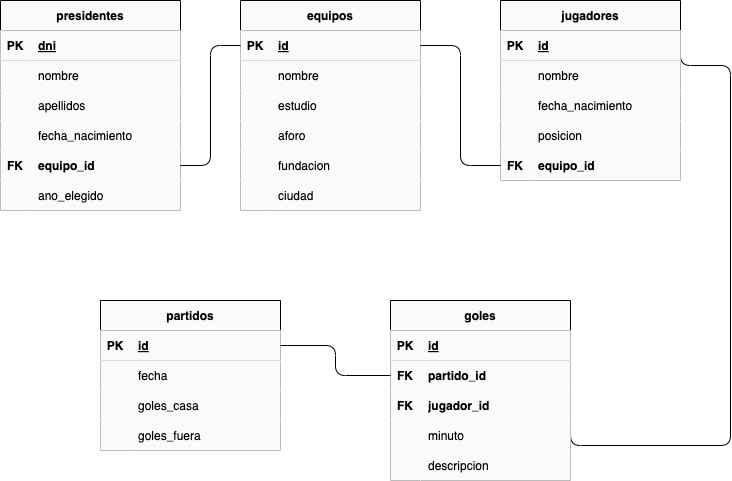
Earlier version of the draw.io export tareas/tarea-5/images/ejercicio.drawio.png (deylansystem/actividadesBAE). Source tidied: cells renumbered, new cells last; positions are measured from the earlier drawing's top-left corner, leaving out a move shared by most shapes.
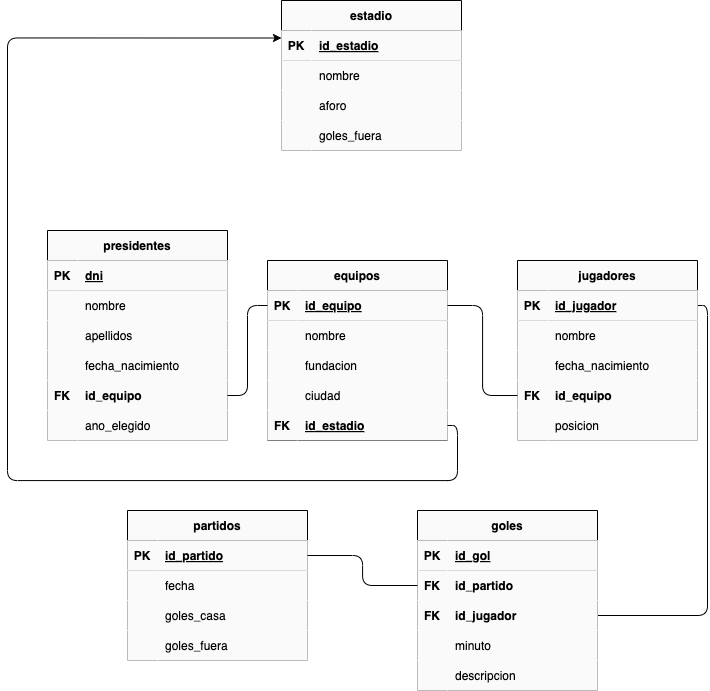
The same file after the commit.

Commit message:
se crea tarea

What changed in the source:
```diff
@@ -3,7 +3,7 @@
     <mxCell id="0" />
     <mxCell id="1" parent="0" />
     <mxCell id="2" value="presidentes" style="shape=table;startSize=30;rowLines=0;fontStyle=1;align=center;fillColor=#fafafa;" parent="1" vertex="1">
-      <mxGeometry width="180" height="210" as="geometry" />
+      <mxGeometry x="30" y="130" width="180" height="210" as="geometry" />
     </mxCell>
     <mxCell id="3" style="shape=tableRow;horizontal=0;startSize=0;swimlaneHead=0;swimlaneBody=0;fillColor=#fafafa;top=0;left=0;right=0;bottom=1;" parent="2" vertex="1">
       <mxGeometry y="30" width="180" height="30" as="geometry" />
@@ -47,7 +47,7 @@
     <mxCell id="16" value="FK" style="shape=partialRectangle;fillColor=#fafafa;top=0;left=0;bottom=0;right=0;overflow=hidden;fontStyle=1;" parent="15" vertex="1">
       <mxGeometry width="30" height="30" as="geometry" />
     </mxCell>
-    <mxCell id="17" value="equipo_id" style="shape=partialRectangle;fillColor=#fafafa;top=0;left=0;bottom=0;right=0;align=left;spacingLeft=6;overflow=hidden;fontStyle=1;" parent="15" vertex="1">
+    <mxCell id="17" value="id_equipo" style="shape=partialRectangle;fillColor=#fafafa;top=0;left=0;bottom=0;right=0;align=left;spacingLeft=6;overflow=hidden;fontStyle=1;" parent="15" vertex="1">
       <mxGeometry x="30" width="150" height="30" as="geometry" />
     </mxCell>
     <mxCell id="18" style="shape=tableRow;horizontal=0;startSize=0;swimlaneHead=0;swimlaneBody=0;fillColor=#fafafa;top=0;left=0;right=0;bottom=0;" parent="2" vertex="1">
@@ -60,7 +60,7 @@
       <mxGeometry x="30" width="150" height="30" as="geometry" />
     </mxCell>
     <mxCell id="21" value="equipos" style="shape=table;startSize=30;rowLines=0;fontStyle=1;align=center;fillColor=#fafafa;" parent="1" vertex="1">
-      <mxGeometry x="240" width="180" height="210" as="geometry" />
+      <mxGeometry x="250" y="160" width="180" height="180" as="geometry" />
     </mxCell>
     <mxCell id="22" style="shape=tableRow;horizontal=0;startSize=0;swimlaneHead=0;swimlaneBody=0;fillColor=#fafafa;points=[[0,0.5],[1,0.5]];portConstraint=eastwest;top=0;left=0;right=0;bottom=1;" parent="21" vertex="1">
       <mxGeometry y="30" width="180" height="30" as="geometry" />
@@ -68,7 +68,7 @@
     <mxCell id="23" value="PK" style="shape=partialRectangle;fillColor=#fafafa;top=0;left=0;bottom=0;right=0;fontStyle=1;overflow=hidden;" parent="22" vertex="1">
       <mxGeometry width="30" height="30" as="geometry" />
     </mxCell>
-    <mxCell id="24" value="id" style="shape=partialRectangle;fillColor=#fafafa;top=0;left=0;bottom=0;right=0;align=left;spacingLeft=6;fontStyle=5;overflow=hidden;" parent="22" vertex="1">
+    <mxCell id="24" value="id_equipo" style="shape=partialRectangle;fillColor=#fafafa;top=0;left=0;bottom=0;right=0;align=left;spacingLeft=6;fontStyle=5;overflow=hidden;" parent="22" vertex="1">
       <mxGeometry x="30" width="150" height="30" as="geometry" />
     </mxCell>
     <mxCell id="25" style="shape=tableRow;horizontal=0;startSize=0;swimlaneHead=0;swimlaneBody=0;fillColor=#fafafa;top=0;left=0;right=0;bottom=0;" parent="21" vertex="1">
@@ -80,26 +80,8 @@
     <mxCell id="27" value="nombre" style="shape=partialRectangle;fillColor=#fafafa;top=0;left=0;bottom=0;right=0;align=left;spacingLeft=6;overflow=hidden;" parent="25" vertex="1">
       <mxGeometry x="30" width="150" height="30" as="geometry" />
     </mxCell>
-    <mxCell id="28" style="shape=tableRow;horizontal=0;startSize=0;swimlaneHead=0;swimlaneBody=0;fillColor=#fafafa;top=0;left=0;right=0;bottom=0;" parent="21" vertex="1">
-      <mxGeometry y="90" width="180" height="30" as="geometry" />
-    </mxCell>
-    <mxCell id="29" style="shape=partialRectangle;fillColor=#fafafa;top=0;left=0;bottom=0;right=0;overflow=hidden;" parent="28" vertex="1">
-      <mxGeometry width="30" height="30" as="geometry" />
-    </mxCell>
-    <mxCell id="30" value="estudio" style="shape=partialRectangle;fillColor=#fafafa;top=0;left=0;bottom=0;right=0;align=left;spacingLeft=6;overflow=hidden;" parent="28" vertex="1">
-      <mxGeometry x="30" width="150" height="30" as="geometry" />
-    </mxCell>
-    <mxCell id="31" style="shape=tableRow;horizontal=0;startSize=0;swimlaneHead=0;swimlaneBody=0;fillColor=#fafafa;top=0;left=0;right=0;bottom=0;" parent="21" vertex="1">
-      <mxGeometry y="120" width="180" height="30" as="geometry" />
-    </mxCell>
-    <mxCell id="32" style="shape=partialRectangle;fillColor=#fafafa;top=0;left=0;bottom=0;right=0;overflow=hidden;" parent="31" vertex="1">
-      <mxGeometry width="30" height="30" as="geometry" />
-    </mxCell>
-    <mxCell id="33" value="aforo" style="shape=partialRectangle;fillColor=#fafafa;top=0;left=0;bottom=0;right=0;align=left;spacingLeft=6;overflow=hidden;" parent="31" vertex="1">
-      <mxGeometry x="30" width="150" height="30" as="geometry" />
-    </mxCell>
     <mxCell id="34" style="shape=tableRow;horizontal=0;startSize=0;swimlaneHead=0;swimlaneBody=0;fillColor=#fafafa;top=0;left=0;right=0;bottom=0;" parent="21" vertex="1">
-      <mxGeometry y="150" width="180" height="30" as="geometry" />
+      <mxGeometry y="90" width="180" height="30" as="geometry" />
     </mxCell>
     <mxCell id="35" style="shape=partialRectangle;fillColor=#fafafa;top=0;left=0;bottom=0;right=0;overflow=hidden;" parent="34" vertex="1">
       <mxGeometry width="30" height="30" as="geometry" />
@@ -108,7 +90,7 @@
       <mxGeometry x="30" width="150" height="30" as="geometry" />
     </mxCell>
     <mxCell id="37" style="shape=tableRow;horizontal=0;startSize=0;swimlaneHead=0;swimlaneBody=0;fillColor=#fafafa;top=0;left=0;right=0;bottom=0;" parent="21" vertex="1">
-      <mxGeometry y="180" width="180" height="30" as="geometry" />
+      <mxGeometry y="120" width="180" height="30" as="geometry" />
     </mxCell>
     <mxCell id="38" style="shape=partialRectangle;fillColor=#fafafa;top=0;left=0;bottom=0;right=0;overflow=hidden;" parent="37" vertex="1">
       <mxGeometry width="30" height="30" as="geometry" />
@@ -116,16 +98,20 @@
     <mxCell id="39" value="ciudad" style="shape=partialRectangle;fillColor=#fafafa;top=0;left=0;bottom=0;right=0;align=left;spacingLeft=6;overflow=hidden;" parent="37" vertex="1">
       <mxGeometry x="30" width="150" height="30" as="geometry" />
     </mxCell>
+    <mxCell id="89" style="shape=tableRow;horizontal=0;startSize=0;swimlaneHead=0;swimlaneBody=0;fillColor=#fafafa;points=[[0,0.5],[1,0.5]];portConstraint=eastwest;top=0;left=0;right=0;bottom=1;" parent="21" vertex="1">
+      <mxGeometry y="150" width="180" height="30" as="geometry" />
+    </mxCell>
+    <mxCell id="90" value="FK" style="shape=partialRectangle;fillColor=#fafafa;top=0;left=0;bottom=0;right=0;fontStyle=1;overflow=hidden;" parent="89" vertex="1">
+      <mxGeometry width="30" height="30" as="geometry" />
+    </mxCell>
+    <mxCell id="91" value="id_estadio" style="shape=partialRectangle;fillColor=#fafafa;top=0;left=0;bottom=0;right=0;align=left;spacingLeft=6;fontStyle=5;overflow=hidden;" parent="89" vertex="1">
+      <mxGeometry x="30" width="150" height="30" as="geometry" />
+    </mxCell>
     <mxCell id="40" style="edgeStyle=orthogonalEdgeStyle;html=1;exitX=1;exitY=0.25;exitDx=0;exitDy=0;entryX=1;entryY=0.5;entryDx=0;entryDy=0;endArrow=none;endFill=0;" parent="1" edge="1" source="41" target="77">
-      <mxGeometry relative="1" as="geometry">
-        <Array as="points">
-          <mxPoint x="730" y="65" />
-          <mxPoint x="730" y="445" />
-        </Array>
-      </mxGeometry>
+      <mxGeometry relative="1" as="geometry" />
     </mxCell>
     <mxCell id="41" value="jugadores" style="shape=table;startSize=30;rowLines=0;fontStyle=1;align=center;fillColor=#fafafa;" parent="1" vertex="1">
-      <mxGeometry x="500" width="180" height="180" as="geometry" />
+      <mxGeometry x="500" y="160" width="180" height="180" as="geometry" />
     </mxCell>
     <mxCell id="42" style="shape=tableRow;horizontal=0;startSize=0;swimlaneHead=0;swimlaneBody=0;fillColor=#fafafa;top=0;left=0;right=0;bottom=1;" parent="41" vertex="1">
       <mxGeometry y="30" width="180" height="30" as="geometry" />
@@ -133,7 +119,7 @@
     <mxCell id="43" value="PK" style="shape=partialRectangle;fillColor=#fafafa;top=0;left=0;bottom=0;right=0;fontStyle=1;overflow=hidden;" parent="42" vertex="1">
       <mxGeometry width="30" height="30" as="geometry" />
     </mxCell>
-    <mxCell id="44" value="id" style="shape=partialRectangle;fillColor=#fafafa;top=0;left=0;bottom=0;right=0;align=left;spacingLeft=6;fontStyle=5;overflow=hidden;" parent="42" vertex="1">
+    <mxCell id="44" value="id_jugador" style="shape=partialRectangle;fillColor=#fafafa;top=0;left=0;bottom=0;right=0;align=left;spacingLeft=6;fontStyle=5;overflow=hidden;" parent="42" vertex="1">
       <mxGeometry x="30" width="150" height="30" as="geometry" />
     </mxCell>
     <mxCell id="45" style="shape=tableRow;horizontal=0;startSize=0;swimlaneHead=0;swimlaneBody=0;fillColor=#fafafa;top=0;left=0;right=0;bottom=0;" parent="41" vertex="1">
@@ -154,8 +140,17 @@
     <mxCell id="50" value="fecha_nacimiento" style="shape=partialRectangle;fillColor=#fafafa;top=0;left=0;bottom=0;right=0;align=left;spacingLeft=6;overflow=hidden;" parent="48" vertex="1">
       <mxGeometry x="30" width="150" height="30" as="geometry" />
     </mxCell>
+    <mxCell id="54" style="shape=tableRow;horizontal=0;startSize=0;swimlaneHead=0;swimlaneBody=0;fillColor=#fafafa;points=[[0,0.5],[1,0.5]];portConstraint=eastwest;top=0;left=0;right=0;bottom=0;" parent="41" vertex="1">
+      <mxGeometry y="120" width="180" height="30" as="geometry" />
+    </mxCell>
+    <mxCell id="55" value="FK" style="shape=partialRectangle;fillColor=#fafafa;top=0;left=0;bottom=0;right=0;overflow=hidden;fontStyle=1;" parent="54" vertex="1">
+      <mxGeometry width="30" height="30" as="geometry" />
+    </mxCell>
+    <mxCell id="56" value="id_equipo" style="shape=partialRectangle;fillColor=#fafafa;top=0;left=0;bottom=0;right=0;align=left;spacingLeft=6;overflow=hidden;fontStyle=1;" parent="54" vertex="1">
+      <mxGeometry x="30" width="150" height="30" as="geometry" />
+    </mxCell>
     <mxCell id="51" style="shape=tableRow;horizontal=0;startSize=0;swimlaneHead=0;swimlaneBody=0;fillColor=#fafafa;top=0;left=0;right=0;bottom=0;" parent="41" vertex="1">
-      <mxGeometry y="120" width="180" height="30" as="geometry" />
+      <mxGeometry y="150" width="180" height="30" as="geometry" />
     </mxCell>
     <mxCell id="52" style="shape=partialRectangle;fillColor=#fafafa;top=0;left=0;bottom=0;right=0;overflow=hidden;" parent="51" vertex="1">
       <mxGeometry width="30" height="30" as="geometry" />
@@ -163,17 +158,8 @@
     <mxCell id="53" value="posicion" style="shape=partialRectangle;fillColor=#fafafa;top=0;left=0;bottom=0;right=0;align=left;spacingLeft=6;overflow=hidden;" parent="51" vertex="1">
       <mxGeometry x="30" width="150" height="30" as="geometry" />
     </mxCell>
-    <mxCell id="54" style="shape=tableRow;horizontal=0;startSize=0;swimlaneHead=0;swimlaneBody=0;fillColor=#fafafa;points=[[0,0.5],[1,0.5]];portConstraint=eastwest;top=0;left=0;right=0;bottom=0;" parent="41" vertex="1">
-      <mxGeometry y="150" width="180" height="30" as="geometry" />
-    </mxCell>
-    <mxCell id="55" value="FK" style="shape=partialRectangle;fillColor=#fafafa;top=0;left=0;bottom=0;right=0;overflow=hidden;fontStyle=1;" parent="54" vertex="1">
-      <mxGeometry width="30" height="30" as="geometry" />
-    </mxCell>
-    <mxCell id="56" value="equipo_id" style="shape=partialRectangle;fillColor=#fafafa;top=0;left=0;bottom=0;right=0;align=left;spacingLeft=6;overflow=hidden;fontStyle=1;" parent="54" vertex="1">
-      <mxGeometry x="30" width="150" height="30" as="geometry" />
-    </mxCell>
     <mxCell id="57" value="partidos" style="shape=table;startSize=30;rowLines=0;fontStyle=1;align=center;fillColor=#fafafa;" parent="1" vertex="1">
-      <mxGeometry x="100" y="300" width="180" height="150" as="geometry" />
+      <mxGeometry x="110" y="410" width="180" height="150" as="geometry" />
     </mxCell>
     <mxCell id="58" style="shape=tableRow;horizontal=0;startSize=0;swimlaneHead=0;swimlaneBody=0;fillColor=#fafafa;points=[[0,0.5],[1,0.5]];portConstraint=eastwest;top=0;left=0;right=0;bottom=1;" parent="57" vertex="1">
       <mxGeometry y="30" width="180" height="30" as="geometry" />
@@ -181,7 +167,7 @@
     <mxCell id="59" value="PK" style="shape=partialRectangle;fillColor=#fafafa;top=0;left=0;bottom=0;right=0;fontStyle=1;overflow=hidden;" parent="58" vertex="1">
       <mxGeometry width="30" height="30" as="geometry" />
     </mxCell>
-    <mxCell id="60" value="id" style="shape=partialRectangle;fillColor=#fafafa;top=0;left=0;bottom=0;right=0;align=left;spacingLeft=6;fontStyle=5;overflow=hidden;" parent="58" vertex="1">
+    <mxCell id="60" value="id_partido" style="shape=partialRectangle;fillColor=#fafafa;top=0;left=0;bottom=0;right=0;align=left;spacingLeft=6;fontStyle=5;overflow=hidden;" parent="58" vertex="1">
       <mxGeometry x="30" width="150" height="30" as="geometry" />
     </mxCell>
     <mxCell id="61" style="shape=tableRow;horizontal=0;startSize=0;swimlaneHead=0;swimlaneBody=0;fillColor=#fafafa;top=0;left=0;right=0;bottom=0;" parent="57" vertex="1">
@@ -212,7 +198,7 @@
       <mxGeometry x="30" width="150" height="30" as="geometry" />
     </mxCell>
     <mxCell id="70" value="goles" style="shape=table;startSize=30;rowLines=0;fontStyle=1;align=center;fillColor=#fafafa;" parent="1" vertex="1">
-      <mxGeometry x="390" y="300" width="180" height="180" as="geometry" />
+      <mxGeometry x="400" y="410" width="180" height="180" as="geometry" />
     </mxCell>
     <mxCell id="71" style="shape=tableRow;horizontal=0;startSize=0;swimlaneHead=0;swimlaneBody=0;fillColor=#fafafa;top=0;left=0;right=0;bottom=1;" parent="70" vertex="1">
       <mxGeometry y="30" width="180" height="30" as="geometry" />
@@ -220,7 +206,7 @@
     <mxCell id="72" value="PK" style="shape=partialRectangle;fillColor=#fafafa;top=0;left=0;bottom=0;right=0;fontStyle=1;overflow=hidden;" parent="71" vertex="1">
       <mxGeometry width="30" height="30" as="geometry" />
     </mxCell>
-    <mxCell id="73" value="id" style="shape=partialRectangle;fillColor=#fafafa;top=0;left=0;bottom=0;right=0;align=left;spacingLeft=6;fontStyle=5;overflow=hidden;" parent="71" vertex="1">
+    <mxCell id="73" value="id_gol" style="shape=partialRectangle;fillColor=#fafafa;top=0;left=0;bottom=0;right=0;align=left;spacingLeft=6;fontStyle=5;overflow=hidden;" parent="71" vertex="1">
       <mxGeometry x="30" width="150" height="30" as="geometry" />
     </mxCell>
     <mxCell id="74" style="shape=tableRow;horizontal=0;startSize=0;swimlaneHead=0;swimlaneBody=0;fillColor=#fafafa;points=[[0,0.5],[1,0.5]];portConstraint=eastwest;top=0;left=0;right=0;bottom=0;" parent="70" vertex="1">
@@ -229,7 +215,7 @@
     <mxCell id="75" value="FK" style="shape=partialRectangle;fillColor=#fafafa;top=0;left=0;bottom=0;right=0;overflow=hidden;fontStyle=1;" parent="74" vertex="1">
       <mxGeometry width="30" height="30" as="geometry" />
     </mxCell>
-    <mxCell id="76" value="partido_id" style="shape=partialRectangle;fillColor=#fafafa;top=0;left=0;bottom=0;right=0;align=left;spacingLeft=6;overflow=hidden;fontStyle=1;" parent="74" vertex="1">
+    <mxCell id="76" value="id_partido" style="shape=partialRectangle;fillColor=#fafafa;top=0;left=0;bottom=0;right=0;align=left;spacingLeft=6;overflow=hidden;fontStyle=1;" parent="74" vertex="1">
       <mxGeometry x="30" width="150" height="30" as="geometry" />
     </mxCell>
     <mxCell id="77" style="shape=tableRow;horizontal=0;startSize=0;swimlaneHead=0;swimlaneBody=0;fillColor=#fafafa;points=[[0,0.5],[1,0.5]];portConstraint=eastwest;top=0;left=0;right=0;bottom=0;" parent="70" vertex="1">
@@ -238,7 +224,7 @@
     <mxCell id="78" value="FK" style="shape=partialRectangle;fillColor=#fafafa;top=0;left=0;bottom=0;right=0;overflow=hidden;fontStyle=1;" parent="77" vertex="1">
       <mxGeometry width="30" height="30" as="geometry" />
     </mxCell>
-    <mxCell id="79" value="jugador_id" style="shape=partialRectangle;fillColor=#fafafa;top=0;left=0;bottom=0;right=0;align=left;spacingLeft=6;overflow=hidden;fontStyle=1;" parent="77" vertex="1">
+    <mxCell id="79" value="id_jugador" style="shape=partialRectangle;fillColor=#fafafa;top=0;left=0;bottom=0;right=0;align=left;spacingLeft=6;overflow=hidden;fontStyle=1;" parent="77" vertex="1">
       <mxGeometry x="30" width="150" height="30" as="geometry" />
     </mxCell>
     <mxCell id="80" style="shape=tableRow;horizontal=0;startSize=0;swimlaneHead=0;swimlaneBody=0;fillColor=#fafafa;top=0;left=0;right=0;bottom=0;" parent="70" vertex="1">
@@ -268,5 +254,54 @@
     <mxCell id="88" style="edgeStyle=orthogonalEdgeStyle;html=1;exitX=1;exitY=0.5;exitDx=0;exitDy=0;entryX=0;entryY=0.5;entryDx=0;entryDy=0;endArrow=none;endFill=0;" parent="1" edge="1" source="58" target="74">
       <mxGeometry relative="1" as="geometry" />
     </mxCell>
+    <mxCell id="92" value="estadio" style="shape=table;startSize=30;rowLines=0;fontStyle=1;align=center;fillColor=#fafafa;" parent="1" vertex="1">
+      <mxGeometry x="264" y="-100" width="180" height="150" as="geometry" />
+    </mxCell>
+    <mxCell id="93" style="shape=tableRow;horizontal=0;startSize=0;swimlaneHead=0;swimlaneBody=0;fillColor=#fafafa;top=0;left=0;right=0;bottom=1;" parent="92" vertex="1">
+      <mxGeometry y="30" width="180" height="30" as="geometry" />
+    </mxCell>
+    <mxCell id="94" value="PK" style="shape=partialRectangle;fillColor=#fafafa;top=0;left=0;bottom=0;right=0;fontStyle=1;overflow=hidden;" parent="93" vertex="1">
+      <mxGeometry width="30" height="30" as="geometry" />
+    </mxCell>
+    <mxCell id="95" value="id_estadio" style="shape=partialRectangle;fillColor=#fafafa;top=0;left=0;bottom=0;right=0;align=left;spacingLeft=6;fontStyle=5;overflow=hidden;" parent="93" vertex="1">
+      <mxGeometry x="30" width="150" height="30" as="geometry" />
+    </mxCell>
+    <mxCell id="96" style="shape=tableRow;horizontal=0;startSize=0;swimlaneHead=0;swimlaneBody=0;fillColor=#fafafa;top=0;left=0;right=0;bottom=0;" parent="92" vertex="1">
+      <mxGeometry y="60" width="180" height="30" as="geometry" />
+    </mxCell>
+    <mxCell id="97" style="shape=partialRectangle;fillColor=#fafafa;top=0;left=0;bottom=0;right=0;overflow=hidden;" parent="96" vertex="1">
+      <mxGeometry width="30" height="30" as="geometry" />
+    </mxCell>
+    <mxCell id="98" value="nombre" style="shape=partialRectangle;fillColor=#fafafa;top=0;left=0;bottom=0;right=0;align=left;spacingLeft=6;overflow=hidden;" parent="96" vertex="1">
+      <mxGeometry x="30" width="150" height="30" as="geometry" />
+    </mxCell>
+    <mxCell id="28" style="shape=tableRow;horizontal=0;startSize=0;swimlaneHead=0;swimlaneBody=0;fillColor=#fafafa;top=0;left=0;right=0;bottom=0;" parent="92" vertex="1">
+      <mxGeometry y="90" width="180" height="30" as="geometry" />
+    </mxCell>
+    <mxCell id="99" style="shape=partialRectangle;fillColor=#fafafa;top=0;left=0;bottom=0;right=0;overflow=hidden;" parent="28" vertex="1">
+      <mxGeometry width="30" height="30" as="geometry" />
+    </mxCell>
+    <mxCell id="33" value="aforo" style="shape=partialRectangle;fillColor=#fafafa;top=0;left=0;bottom=0;right=0;align=left;spacingLeft=6;overflow=hidden;" parent="28" vertex="1">
+      <mxGeometry x="30" width="150" height="30" as="geometry" />
+    </mxCell>
+    <mxCell id="31" style="shape=tableRow;horizontal=0;startSize=0;swimlaneHead=0;swimlaneBody=0;fillColor=#fafafa;top=0;left=0;right=0;bottom=0;" parent="92" vertex="1">
+      <mxGeometry y="120" width="180" height="30" as="geometry" />
+    </mxCell>
+    <mxCell id="100" style="shape=partialRectangle;fillColor=#fafafa;top=0;left=0;bottom=0;right=0;overflow=hidden;" parent="31" vertex="1">
+      <mxGeometry width="30" height="30" as="geometry" />
+    </mxCell>
+    <mxCell id="101" value="goles_fuera" style="shape=partialRectangle;fillColor=#fafafa;top=0;left=0;bottom=0;right=0;align=left;spacingLeft=6;overflow=hidden;" parent="31" vertex="1">
+      <mxGeometry x="30" width="150" height="30" as="geometry" />
+    </mxCell>
+    <mxCell id="102" style="edgeStyle=orthogonalEdgeStyle;html=1;exitX=1;exitY=0.5;exitDx=0;exitDy=0;entryX=0;entryY=0.25;entryDx=0;entryDy=0;" parent="1" edge="1" source="89" target="92">
+      <mxGeometry relative="1" as="geometry">
+        <Array as="points">
+          <mxPoint x="440" y="325" />
+          <mxPoint x="440" y="380" />
+          <mxPoint x="-10" y="380" />
+          <mxPoint x="-10" y="-63" />
+        </Array>
+      </mxGeometry>
+    </mxCell>
   </root>
 </mxGraphModel>
```
